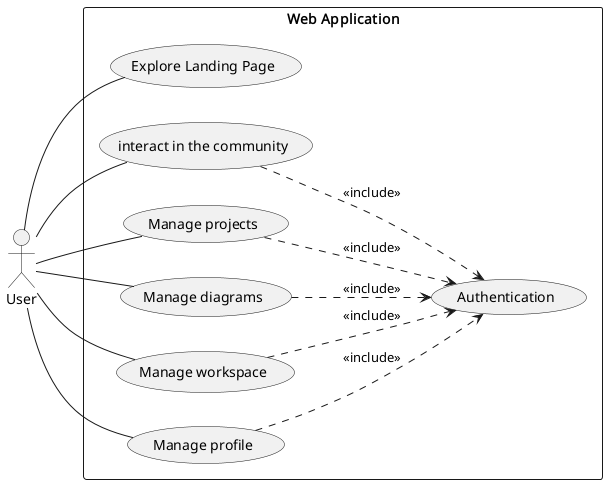
The PlantUML diagram conception/global_use_case_diagram.png in souhaib-askri/report_pfe, before a commit. Its source is kept beside it as conception/global_use_case_diagram.puml.
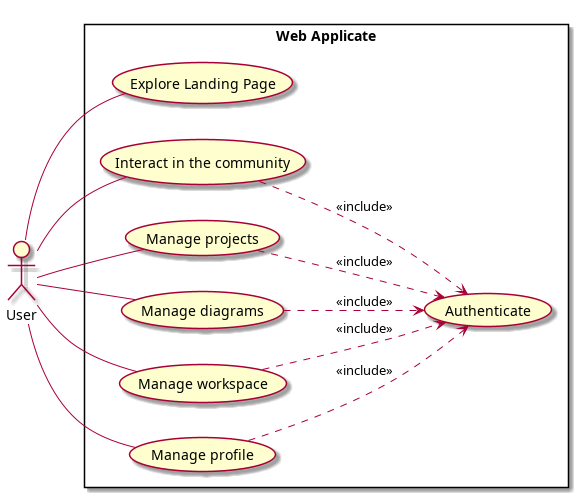
The same diagram one commit later.

Diff of the diagram source:
```diff
@@ -5,11 +5,11 @@
 actor "User" as User
 
 
-rectangle "Web Application" {
+rectangle "Web Applicate" {
     usecase "Explore Landing Page" as ExploreLandingPage
-    usecase "Authentication" as user_auth
+    usecase "Authenticate" as user_auth
 
-    usecase "interact in the community" as InteractWithCommunity
+    usecase "Interact in the community" as InteractWithCommunity
     usecase "Manage projects" as ManageProjects
     usecase "Manage diagrams" as ManageDiagrams
     usecase "Manage workspace" as ManageWorkspace
```
